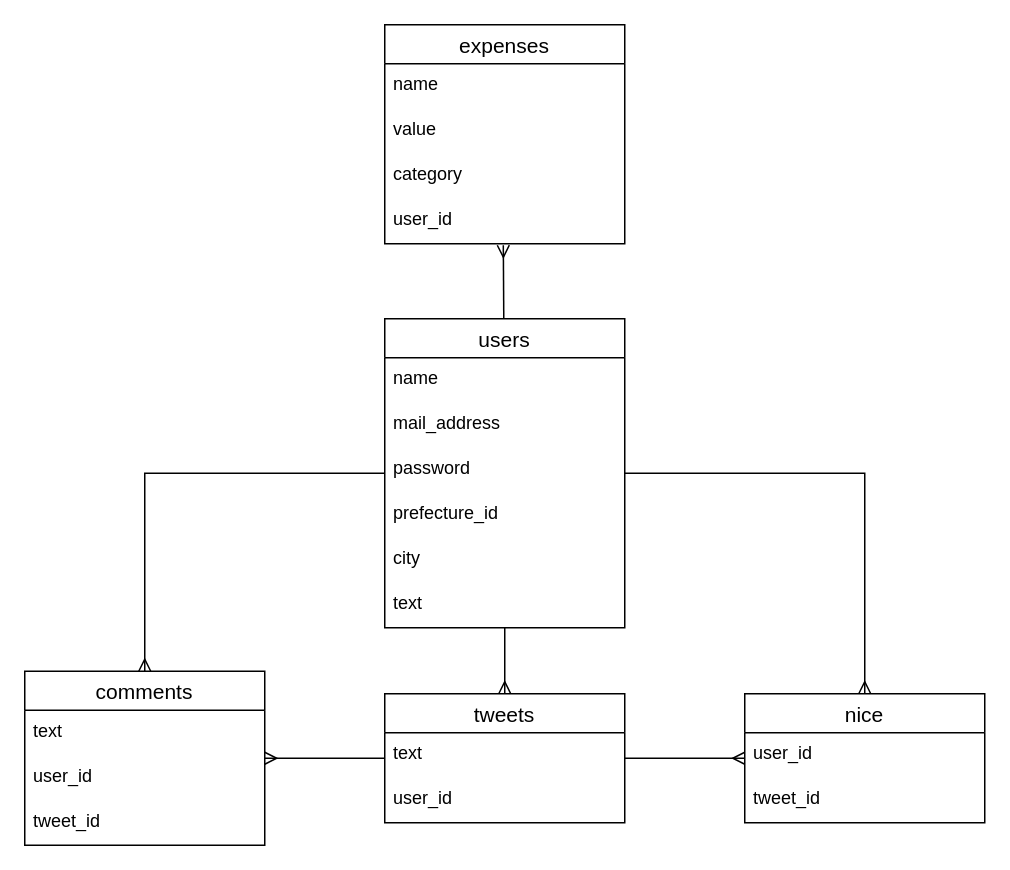
Above: ER .dio in YYYukiyamazakIII/kakeibo (draw.io), before the change. Source tidied: cells renumbered, new cells numbered last; positions are measured from the earlier drawing's top-left corner, leaving out a move shared by most shapes. Both pictures are drawn from the tidied source at 150%, with x=0, y=0 at pixel (24, 24).
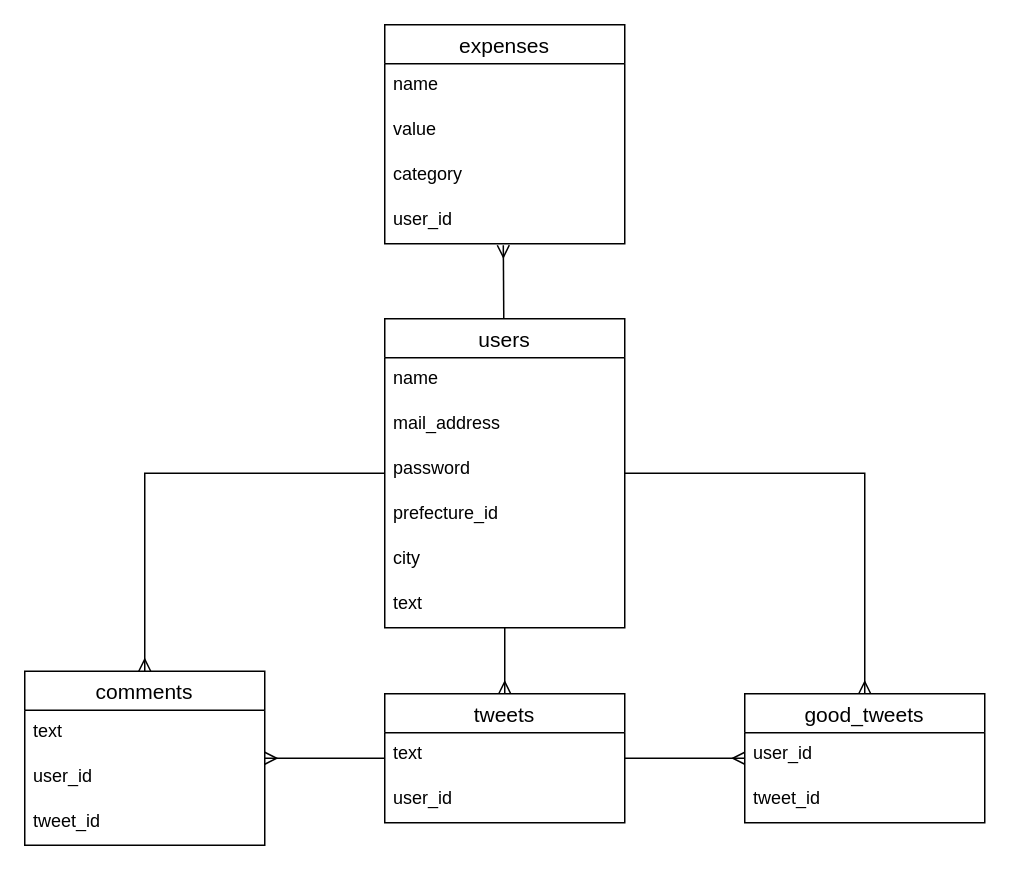
The same page after the edit.

What changed in the source:
```diff
@@
-    <mxCell id="23" value="nice" style="swimlane;fontStyle=0;horizontal=1;startSize=26;align=center;fontSize=14;" parent="1" vertex="1">
+    <mxCell id="23" value="good_tweets" style="swimlane;fontStyle=0;horizontal=1;startSize=26;align=center;fontSize=14;" parent="1" vertex="1">
       <mxGeometry x="480" y="446" width="160" height="86" as="geometry" />
     </mxCell>
```
